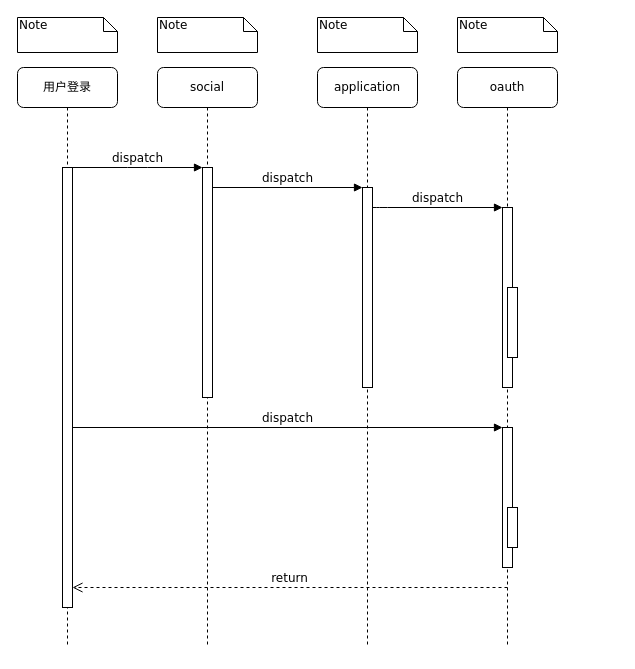
Above: 登录时序图.drawio in ammengke/my-drawio (draw.io), before the change. Source tidied: cells renumbered, new cells numbered last; positions are measured from the earlier drawing's top-left corner, leaving out a move shared by most shapes. Both pictures are drawn from the tidied source at 100%, with x=0, y=0 at pixel (17, 17).
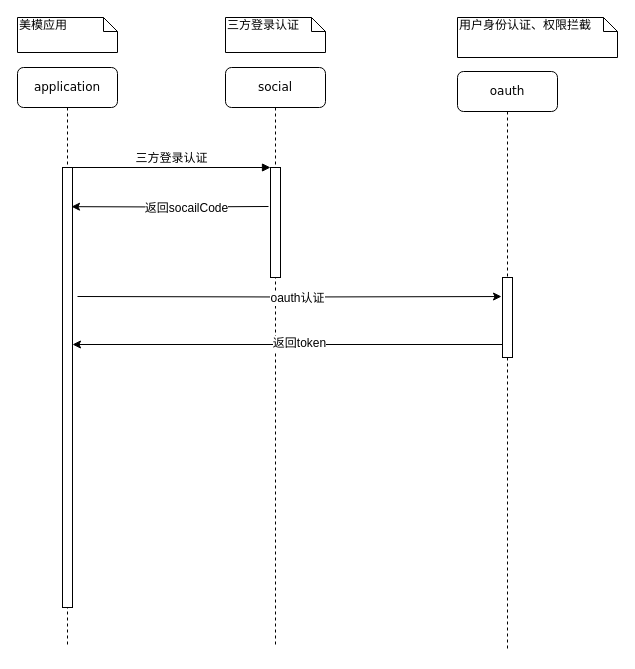
The same diagram, later.

Commit message:
Added 登录时序图.drawio

The change refers to these unchanged cells:
```xml
<mxCell id="8" style="html=1;points=[];perimeter=orthogonalPerimeter;rounded=0;shadow=0;comic=0;labelBackgroundColor=none;strokeColor=#000000;strokeWidth=1;fillColor=#FFFFFF;fontFamily=Verdana;fontSize=12;fontColor=#000000;align=center;" parent="7" vertex="1">
  <mxGeometry x="45" y="100" width="10" height="440" as="geometry" />
</mxCell>
```

What changed in the source:
```diff
@@
     <mxCell id="2" value="social" style="shape=umlLifeline;perimeter=lifelinePerimeter;whiteSpace=wrap;html=1;rounded=1;shadow=0;comic=0;labelBackgroundColor=none;strokeColor=#000000;strokeWidth=1;fillColor=#FFFFFF;fontFamily=Verdana;fontSize=12;fontColor=#000000;align=center;" parent="1" vertex="1">
-      <mxGeometry x="140" y="50" width="100" height="580" as="geometry" />
+      <mxGeometry x="208" y="50" width="100" height="580" as="geometry" />
     </mxCell>
     <mxCell id="3" style="html=1;points=[];perimeter=orthogonalPerimeter;rounded=0;shadow=0;comic=0;labelBackgroundColor=none;strokeColor=#000000;strokeWidth=1;fillColor=#FFFFFF;fontFamily=Verdana;fontSize=12;fontColor=#000000;align=center;" parent="2" vertex="1">
-      <mxGeometry x="45" y="100" width="10" height="230" as="geometry" />
+      <mxGeometry x="45" y="100" width="10" height="110" as="geometry" />
     </mxCell>
-    <mxCell id="4" value="application" style="shape=umlLifeline;perimeter=lifelinePerimeter;whiteSpace=wrap;html=1;rounded=1;shadow=0;comic=0;labelBackgroundColor=none;strokeColor=#000000;strokeWidth=1;fillColor=#FFFFFF;fontFamily=Verdana;fontSize=12;fontColor=#000000;align=center;" parent="1" vertex="1">
-      <mxGeometry x="300" y="50" width="100" height="580" as="geometry" />
-    </mxCell>
-    <mxCell id="5" style="html=1;points=[];perimeter=orthogonalPerimeter;rounded=0;shadow=0;comic=0;labelBackgroundColor=none;strokeColor=#000000;strokeWidth=1;fillColor=#FFFFFF;fontFamily=Verdana;fontSize=12;fontColor=#000000;align=center;" parent="4" vertex="1">
-      <mxGeometry x="45" y="120" width="10" height="200" as="geometry" />
-    </mxCell>
     <mxCell id="6" value="oauth" style="shape=umlLifeline;perimeter=lifelinePerimeter;whiteSpace=wrap;html=1;rounded=1;shadow=0;comic=0;labelBackgroundColor=none;strokeColor=#000000;strokeWidth=1;fillColor=#FFFFFF;fontFamily=Verdana;fontSize=12;fontColor=#000000;align=center;" parent="1" vertex="1">
-      <mxGeometry x="440" y="50" width="100" height="580" as="geometry" />
+      <mxGeometry x="440" y="54" width="100" height="580" as="geometry" />
     </mxCell>
+    <mxCell id="22" style="html=1;points=[];perimeter=orthogonalPerimeter;" parent="6" vertex="1">
+      <mxGeometry x="45" y="206" width="10" height="80" as="geometry" />
+    </mxCell>
-    <mxCell id="7" value="用户登录" style="shape=umlLifeline;perimeter=lifelinePerimeter;whiteSpace=wrap;html=1;rounded=1;shadow=0;comic=0;labelBackgroundColor=none;strokeColor=#000000;strokeWidth=1;fillColor=#FFFFFF;fontFamily=Verdana;fontSize=12;fontColor=#000000;align=center;" parent="1" vertex="1">
+    <mxCell id="7" value="application" style="shape=umlLifeline;perimeter=lifelinePerimeter;whiteSpace=wrap;html=1;rounded=1;shadow=0;comic=0;labelBackgroundColor=none;strokeColor=#000000;strokeWidth=1;fillColor=#FFFFFF;fontFamily=Verdana;fontSize=12;fontColor=#000000;align=center;" parent="1" vertex="1">
       <mxGeometry y="50" width="100" height="580" as="geometry" />
     </mxCell>
@@
-    <mxCell id="9" style="html=1;points=[];perimeter=orthogonalPerimeter;rounded=0;shadow=0;comic=0;labelBackgroundColor=none;strokeColor=#000000;strokeWidth=1;fillColor=#FFFFFF;fontFamily=Verdana;fontSize=12;fontColor=#000000;align=center;" parent="1" vertex="1">
-      <mxGeometry x="485" y="190" width="10" height="180" as="geometry" />
-    </mxCell>
-    <mxCell id="10" value="dispatch" style="html=1;verticalAlign=bottom;endArrow=block;labelBackgroundColor=none;fontFamily=Verdana;fontSize=12;edgeStyle=elbowEdgeStyle;elbow=vertical;" parent="1" edge="1" source="5" target="9">
-      <mxGeometry relative="1" as="geometry">
-        <Array as="points">
-          <mxPoint x="360" y="190" />
-        </Array>
-      </mxGeometry>
-    </mxCell>
-    <mxCell id="11" style="html=1;points=[];perimeter=orthogonalPerimeter;rounded=0;shadow=0;comic=0;labelBackgroundColor=none;strokeColor=#000000;strokeWidth=1;fillColor=#FFFFFF;fontFamily=Verdana;fontSize=12;fontColor=#000000;align=center;" parent="1" vertex="1">
-      <mxGeometry x="485" y="410" width="10" height="140" as="geometry" />
-    </mxCell>
-    <mxCell id="12" value="dispatch" style="html=1;verticalAlign=bottom;endArrow=block;entryX=0;entryY=0;labelBackgroundColor=none;fontFamily=Verdana;fontSize=12;" parent="1" edge="1" source="8" target="11">
-      <mxGeometry relative="1" as="geometry" />
-    </mxCell>
-    <mxCell id="13" value="return" style="html=1;verticalAlign=bottom;endArrow=open;dashed=1;endSize=8;labelBackgroundColor=none;fontFamily=Verdana;fontSize=12;edgeStyle=elbowEdgeStyle;elbow=vertical;" parent="1" edge="1" target="8">
-      <mxGeometry relative="1" as="geometry">
-        <mxPoint x="490" y="570" as="sourcePoint" />
-        <Array as="points">
-          <mxPoint x="470" y="570" />
-        </Array>
-      </mxGeometry>
-    </mxCell>
-    <mxCell id="14" value="dispatch" style="html=1;verticalAlign=bottom;endArrow=block;entryX=0;entryY=0;labelBackgroundColor=none;fontFamily=Verdana;fontSize=12;edgeStyle=elbowEdgeStyle;elbow=vertical;" parent="1" edge="1" source="8" target="3">
+    <mxCell id="14" value="三方登录认证" style="html=1;verticalAlign=bottom;endArrow=block;entryX=0;entryY=0;labelBackgroundColor=none;fontFamily=Verdana;fontSize=12;edgeStyle=elbowEdgeStyle;elbow=vertical;" parent="1" edge="1" source="8" target="3">
       <mxGeometry relative="1" as="geometry" />
     </mxCell>
-    <mxCell id="15" value="dispatch" style="html=1;verticalAlign=bottom;endArrow=block;entryX=0;entryY=0;labelBackgroundColor=none;fontFamily=Verdana;fontSize=12;edgeStyle=elbowEdgeStyle;elbow=vertical;" parent="1" edge="1" source="3" target="5">
-      <mxGeometry relative="1" as="geometry" />
-    </mxCell>
-    <mxCell id="16" style="html=1;perimeter=orthogonalPerimeter;rounded=0;shadow=0;comic=0;labelBackgroundColor=none;strokeColor=#000000;strokeWidth=1;fillColor=#FFFFFF;fontFamily=Verdana;fontSize=12;fontColor=#000000;align=center;" parent="1" vertex="1">
-      <mxGeometry x="490" y="270" width="10" height="70" as="geometry" />
-    </mxCell>
-    <mxCell id="17" style="html=1;perimeter=orthogonalPerimeter;rounded=0;shadow=0;comic=0;labelBackgroundColor=none;strokeColor=#000000;strokeWidth=1;fillColor=#FFFFFF;fontFamily=Verdana;fontSize=12;fontColor=#000000;align=center;" parent="1" vertex="1">
-      <mxGeometry x="490" y="490" width="10" height="40" as="geometry" />
-    </mxCell>
-    <mxCell id="18" value="Note" style="shape=note;whiteSpace=wrap;html=1;size=14;verticalAlign=top;align=left;spacingTop=-6;rounded=0;shadow=0;comic=0;labelBackgroundColor=none;strokeColor=#000000;strokeWidth=1;fillColor=#FFFFFF;fontFamily=Verdana;fontSize=12;fontColor=#000000;" parent="1" vertex="1">
+    <mxCell id="18" value="美模应用" style="shape=note;whiteSpace=wrap;html=1;size=14;verticalAlign=top;align=left;spacingTop=-6;rounded=0;shadow=0;comic=0;labelBackgroundColor=none;strokeColor=#000000;strokeWidth=1;fillColor=#FFFFFF;fontFamily=Verdana;fontSize=12;fontColor=#000000;" parent="1" vertex="1">
       <mxGeometry width="100" height="35" as="geometry" />
     </mxCell>
-    <mxCell id="19" value="Note" style="shape=note;whiteSpace=wrap;html=1;size=14;verticalAlign=top;align=left;spacingTop=-6;rounded=0;shadow=0;comic=0;labelBackgroundColor=none;strokeColor=#000000;strokeWidth=1;fillColor=#FFFFFF;fontFamily=Verdana;fontSize=12;fontColor=#000000;" parent="1" vertex="1">
-      <mxGeometry x="140" width="100" height="35" as="geometry" />
+    <mxCell id="19" value="三方登录认证" style="shape=note;whiteSpace=wrap;html=1;size=14;verticalAlign=top;align=left;spacingTop=-6;rounded=0;shadow=0;comic=0;labelBackgroundColor=none;strokeColor=#000000;strokeWidth=1;fillColor=#FFFFFF;fontFamily=Verdana;fontSize=12;fontColor=#000000;" parent="1" vertex="1">
+      <mxGeometry x="208" width="100" height="35" as="geometry" />
     </mxCell>
-    <mxCell id="20" value="Note" style="shape=note;whiteSpace=wrap;html=1;size=14;verticalAlign=top;align=left;spacingTop=-6;rounded=0;shadow=0;comic=0;labelBackgroundColor=none;strokeColor=#000000;strokeWidth=1;fillColor=#FFFFFF;fontFamily=Verdana;fontSize=12;fontColor=#000000;" parent="1" vertex="1">
-      <mxGeometry x="300" width="100" height="35" as="geometry" />
-    </mxCell>
-    <mxCell id="21" value="Note" style="shape=note;whiteSpace=wrap;html=1;size=14;verticalAlign=top;align=left;spacingTop=-6;rounded=0;shadow=0;comic=0;labelBackgroundColor=none;strokeColor=#000000;strokeWidth=1;fillColor=#FFFFFF;fontFamily=Verdana;fontSize=12;fontColor=#000000;" parent="1" vertex="1">
-      <mxGeometry x="440" width="100" height="35" as="geometry" />
+    <mxCell id="21" value="用户身份认证、权限拦截" style="shape=note;whiteSpace=wrap;html=1;size=14;verticalAlign=top;align=left;spacingTop=-6;rounded=0;shadow=0;comic=0;labelBackgroundColor=none;strokeColor=#000000;strokeWidth=1;fillColor=#FFFFFF;fontFamily=Verdana;fontSize=12;fontColor=#000000;" parent="1" vertex="1">
+      <mxGeometry x="440" width="160" height="40" as="geometry" />
     </mxCell>
+    <mxCell id="23" style="edgeStyle=orthogonalEdgeStyle;rounded=0;jettySize=auto;html=1;entryX=0.9;entryY=0.089;entryDx=0;entryDy=0;entryPerimeter=0;" parent="1" edge="1" target="8">
+      <mxGeometry relative="1" as="geometry">
+        <mxPoint x="251" y="189" as="sourcePoint" />
+      </mxGeometry>
+    </mxCell>
+    <mxCell id="24" value="返回socailCode" style="text;html=1;align=center;verticalAlign=middle;labelBackgroundColor=#ffffff;" parent="23" vertex="1">
+      <mxGeometry x="-0.21" y="1" relative="1" as="geometry">
+        <mxPoint x="-5" as="offset" />
+      </mxGeometry>
+    </mxCell>
+    <mxCell id="25" style="edgeStyle=orthogonalEdgeStyle;rounded=0;jettySize=auto;html=1;entryX=-0.1;entryY=0.238;entryDx=0;entryDy=0;entryPerimeter=0;" parent="1" edge="1" target="22">
+      <mxGeometry relative="1" as="geometry">
+        <mxPoint x="60" y="279" as="sourcePoint" />
+      </mxGeometry>
+    </mxCell>
+    <mxCell id="26" value="oauth认证" style="text;html=1;align=center;verticalAlign=middle;labelBackgroundColor=#ffffff;" parent="25" vertex="1">
+      <mxGeometry x="0.27" y="-1" relative="1" as="geometry">
+        <mxPoint x="-50" as="offset" />
+      </mxGeometry>
+    </mxCell>
+    <mxCell id="27" style="edgeStyle=orthogonalEdgeStyle;rounded=0;orthogonalLoop=1;jettySize=auto;html=1;entryX=1;entryY=0.341;entryDx=0;entryDy=0;entryPerimeter=0;" parent="1" edge="1">
+      <mxGeometry relative="1" as="geometry">
+        <mxPoint x="485" y="327" as="sourcePoint" />
+        <mxPoint x="55" y="327" as="targetPoint" />
+      </mxGeometry>
+    </mxCell>
+    <mxCell id="28" value="返回token" style="text;html=1;align=center;verticalAlign=middle;labelBackgroundColor=#ffffff;" parent="27" vertex="1">
+      <mxGeometry x="-0.05" y="-2" relative="1" as="geometry" />
+    </mxCell>
```
